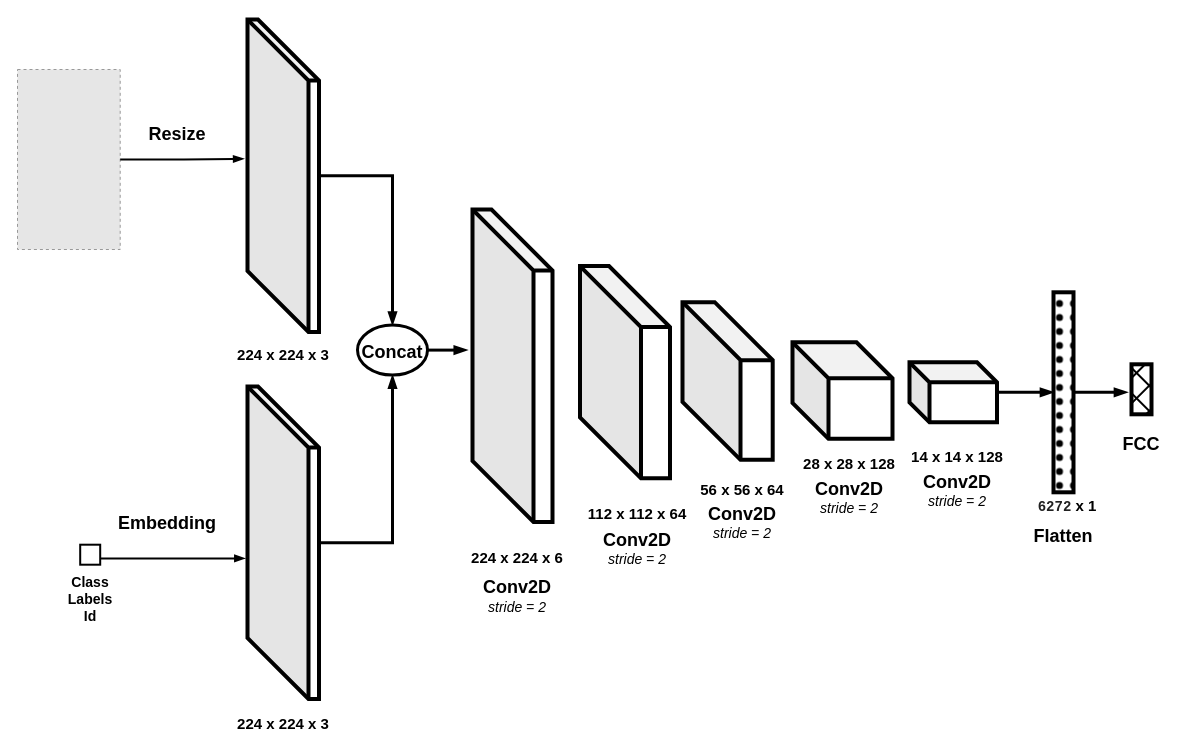
Before: discriminator.drawio in viniciusrpb/drawio_flowcharts, a draw.io diagram. Source tidied: cells renumbered, new cells numbered last; positions are measured from the earlier drawing's top-left corner, leaving out a move shared by most shapes. Both pictures are drawn from the tidied source at 100%, with x=0, y=0 at pixel (17, 19). Pictures stored in the file or linked from it are replaced by grey dashed boxes.
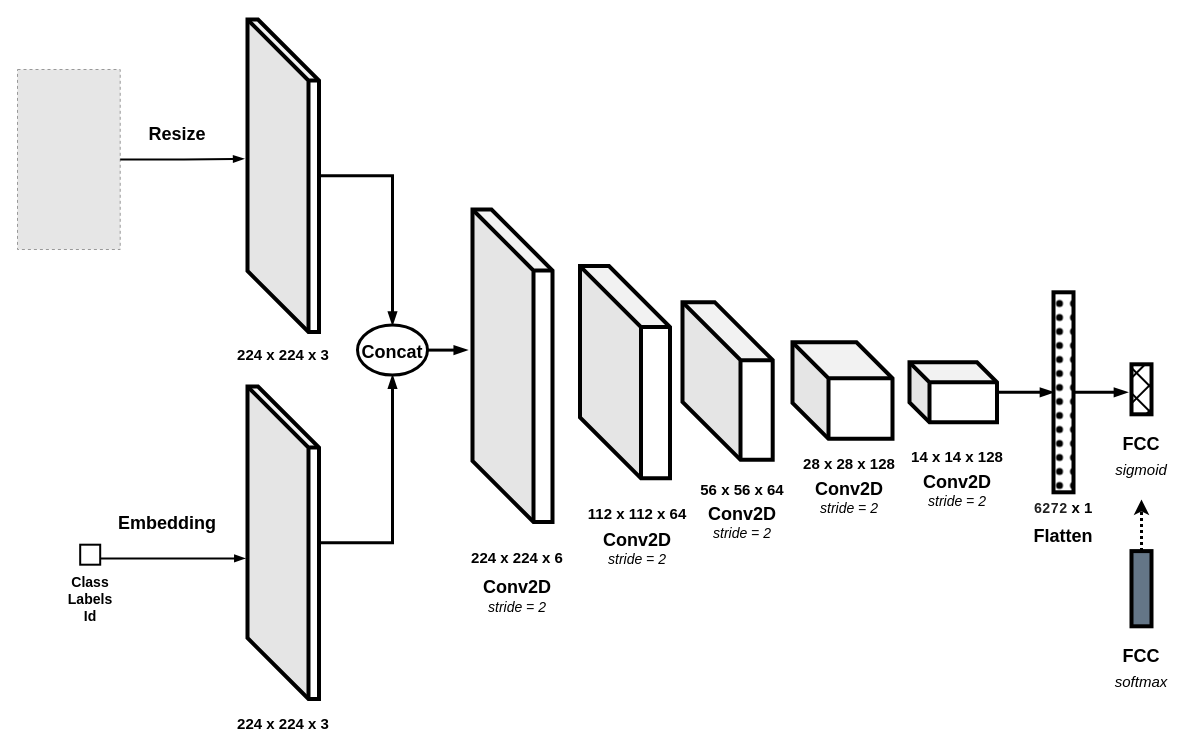
The same page after the edit.

The edit, as a diff of the source:
```diff
@@
     <mxCell id="41" value="&lt;div style=&quot;font-size: 15px;&quot;&gt;&lt;span style=&quot;background-color: rgb(255, 255, 255); color: rgb(33, 33, 33); font-family: monospace; font-size: 14px; text-align: start; white-space: pre;&quot;&gt;6272&lt;/span&gt;&amp;nbsp;x 1&lt;/div&gt;" style="text;html=1;strokeColor=none;fillColor=none;align=center;verticalAlign=middle;whiteSpace=wrap;rounded=0;fontSize=15;fontStyle=1;strokeWidth=4;" parent="1" vertex="1">
-      <mxGeometry x="995" y="471.6" width="110" height="30" as="geometry" />
+      <mxGeometry x="991" y="473.8" width="110" height="30" as="geometry" />
     </mxCell>
@@
+    <mxCell id="44" value="sigmoid" style="text;html=1;align=center;verticalAlign=middle;whiteSpace=wrap;rounded=0;fontSize=15;fontStyle=2;" parent="1" vertex="1">
+      <mxGeometry x="1094" y="435" width="60" height="30" as="geometry" />
+    </mxCell>
+    <mxCell id="45" style="edgeStyle=orthogonalEdgeStyle;rounded=0;jettySize=auto;html=1;strokeWidth=3;dashed=1;dashPattern=1 1;" parent="1" edge="1" source="46">
+      <mxGeometry relative="1" as="geometry">
+        <mxPoint x="1124" y="480" as="targetPoint" />
+      </mxGeometry>
+    </mxCell>
+    <mxCell id="46" style="rounded=0;whiteSpace=wrap;html=1;strokeWidth=4;fillStyle=solid;fillColor=#647687;fontColor=#ffffff;strokeColor=#000000;" parent="1" vertex="1">
+      <mxGeometry x="1114" y="531.6" width="20" height="75.2" as="geometry" />
+    </mxCell>
+    <mxCell id="47" value="FCC" style="text;html=1;align=center;verticalAlign=middle;whiteSpace=wrap;rounded=0;fontStyle=1;fontSize=18;" parent="1" vertex="1">
+      <mxGeometry x="1094" y="622.3" width="60" height="30" as="geometry" />
+    </mxCell>
+    <mxCell id="48" value="softmax" style="text;html=1;align=center;verticalAlign=middle;whiteSpace=wrap;rounded=0;fontSize=15;fontStyle=2;" parent="1" vertex="1">
+      <mxGeometry x="1094" y="647" width="60" height="30" as="geometry" />
+    </mxCell>
```
